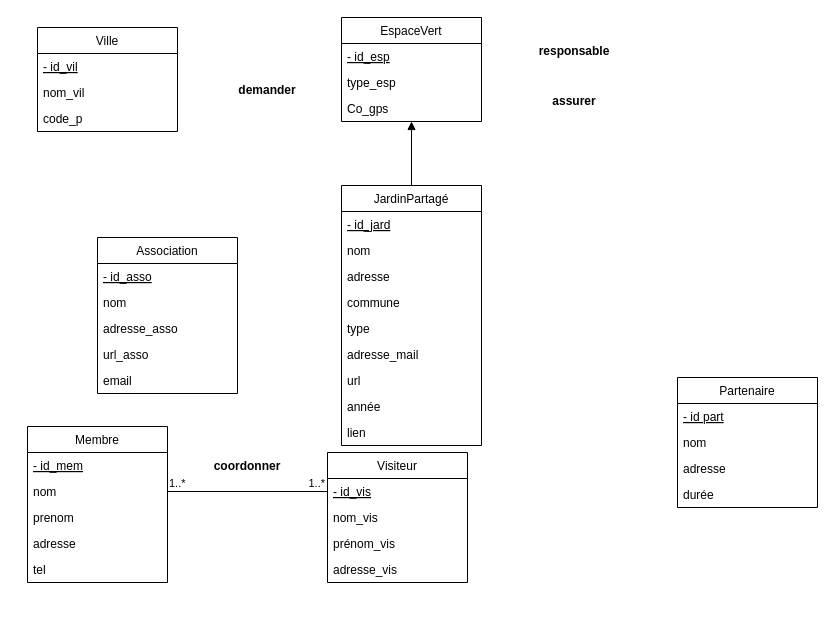
This is BDD/solutions/jardin.drawio from Mohamed-Messai/mescours, a draw.io file, before an edit. Source tidied: cells renumbered, new cells numbered last; positions are measured from the earlier drawing's top-left corner, leaving out a move shared by most shapes. Both pictures are drawn from the tidied source at 100%, with x=0, y=0 at pixel (27, 17).
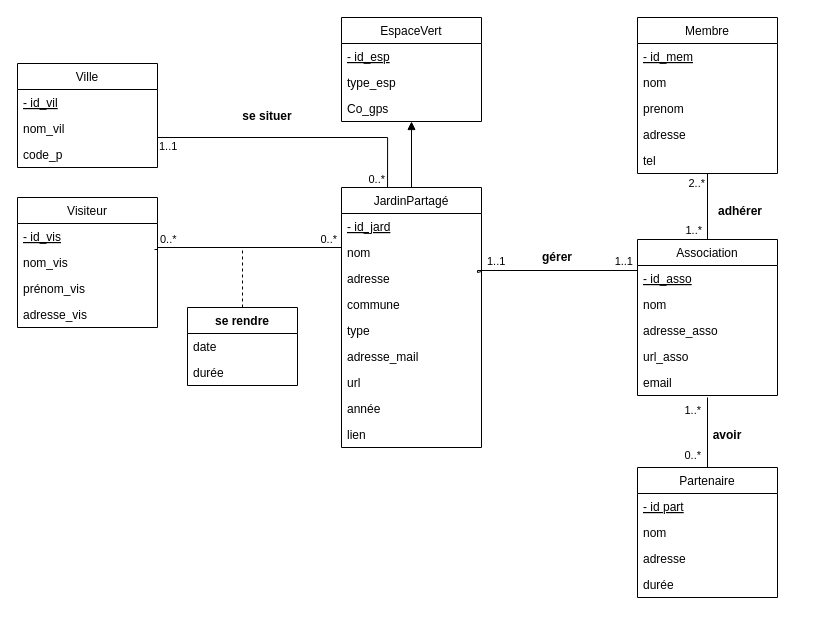
The same diagram, later.

Commit message (it also covers changes not shown here):
Mettre à jour jardin.drawio

Unchanged cells that the change refers to:
```xml
<mxCell id="9" value="code_p " style="text;strokeColor=none;fillColor=none;align=left;verticalAlign=top;spacingLeft=4;spacingRight=4;overflow=hidden;points=[[0,0.5],[1,0.5]];portConstraint=eastwest;" parent="6" vertex="1">
  <mxGeometry y="78" width="140" height="26" as="geometry" />
</mxCell>
<mxCell id="13" value="adresse" style="text;strokeColor=none;fillColor=none;align=left;verticalAlign=top;spacingLeft=4;spacingRight=4;overflow=hidden;points=[[0,0.5],[1,0.5]];portConstraint=eastwest;" parent="10" vertex="1">
  <mxGeometry y="78" width="140" height="26" as="geometry" />
</mxCell>
<mxCell id="22" value="nom" style="text;strokeColor=none;fillColor=none;align=left;verticalAlign=top;spacingLeft=4;spacingRight=4;overflow=hidden;points=[[0,0.5],[1,0.5]];portConstraint=eastwest;" parent="20" vertex="1">
  <mxGeometry y="52" width="140" height="26" as="geometry" />
</mxCell>
<mxCell id="28" value="nom" style="text;strokeColor=none;fillColor=none;align=left;verticalAlign=top;spacingLeft=4;spacingRight=4;overflow=hidden;points=[[0,0.5],[1,0.5]];portConstraint=eastwest;" parent="26" vertex="1">
  <mxGeometry y="52" width="140" height="26" as="geometry" />
</mxCell>
<mxCell id="33" value="- id_vis" style="text;strokeColor=none;fillColor=none;align=left;verticalAlign=top;spacingLeft=4;spacingRight=4;overflow=hidden;points=[[0,0.5],[1,0.5]];portConstraint=eastwest;fontStyle=4;" parent="32" vertex="1">
  <mxGeometry y="26" width="140" height="26" as="geometry" />
</mxCell>
<mxCell id="34" value="nom_vis" style="text;strokeColor=none;fillColor=none;align=left;verticalAlign=top;spacingLeft=4;spacingRight=4;overflow=hidden;points=[[0,0.5],[1,0.5]];portConstraint=eastwest;" parent="32" vertex="1">
  <mxGeometry y="52" width="140" height="26" as="geometry" />
</mxCell>
```

What changed in the source:
```diff
@@
     <mxCell id="6" value="Ville" style="swimlane;fontStyle=0;horizontal=1;startSize=26;fillColor=none;" parent="1" vertex="1">
-      <mxGeometry x="10" y="10" width="140" height="104" as="geometry" />
+      <mxGeometry x="-10" y="46" width="140" height="104" as="geometry" />
     </mxCell>
@@
     <mxCell id="10" value="JardinPartagé" style="swimlane;fontStyle=0;horizontal=1;startSize=26;fillColor=none;" parent="1" vertex="1">
-      <mxGeometry x="314" y="168" width="140" height="260" as="geometry" />
+      <mxGeometry x="314" y="170" width="140" height="260" as="geometry" />
     </mxCell>
@@
+    <mxCell id="50" style="edgeStyle=orthogonalEdgeStyle;rounded=0;jettySize=auto;html=1;exitX=0.5;exitY=0;exitDx=0;exitDy=0;entryX=0.5;entryY=1;entryDx=0;entryDy=0;endArrow=none;endFill=0;" parent="1" edge="1" source="20" target="26">
+      <mxGeometry relative="1" as="geometry" />
+    </mxCell>
     <mxCell id="20" value="Association" style="swimlane;fontStyle=0;horizontal=1;startSize=26;fillColor=none;" parent="1" vertex="1">
-      <mxGeometry x="70" y="220" width="140" height="156" as="geometry" />
+      <mxGeometry x="610" y="222" width="140" height="156" as="geometry" />
     </mxCell>
@@
     <mxCell id="26" value="Membre" style="swimlane;fontStyle=0;horizontal=1;startSize=26;fillColor=none;" parent="1" vertex="1">
-      <mxGeometry y="409" width="140" height="156" as="geometry" />
+      <mxGeometry x="610" width="140" height="156" as="geometry" />
     </mxCell>
@@
     <mxCell id="32" value="Visiteur" style="swimlane;fontStyle=0;horizontal=1;startSize=26;fillColor=none;" parent="1" vertex="1">
-      <mxGeometry x="300" y="435" width="140" height="130" as="geometry" />
+      <mxGeometry x="-10" y="180" width="140" height="130" as="geometry" />
     </mxCell>
@@
     <mxCell id="37" value="Partenaire" style="swimlane;fontStyle=0;horizontal=1;startSize=26;fillColor=none;" parent="1" vertex="1">
-      <mxGeometry x="650" y="360" width="140" height="130" as="geometry" />
+      <mxGeometry x="610" y="450" width="140" height="130" as="geometry" />
     </mxCell>
@@
-    <mxCell id="42" style="endArrow=none;html=1;edgeStyle=orthogonalEdgeStyle;rounded=0;exitX=1;exitY=0.5;exitDx=0;exitDy=0;entryX=0;entryY=0.5;entryDx=0;entryDy=0;" parent="1" edge="1" source="28" target="33">
-      <mxGeometry relative="1" as="geometry" />
-    </mxCell>
-    <mxCell id="43" value="1..*" style="edgeLabel;html=1;align=left;verticalAlign=bottom;" parent="42" vertex="1">
-      <mxGeometry x="-1" relative="1" as="geometry" />
-    </mxCell>
-    <mxCell id="44" value="1..*" style="edgeLabel;html=1;align=right;verticalAlign=bottom;" parent="42" vertex="1">
-      <mxGeometry x="1" relative="1" as="geometry">
-        <mxPoint x="-2" as="offset" />
-      </mxGeometry>
-    </mxCell>
-    <mxCell id="45" value="demander" style="text;align=center;fontStyle=1;verticalAlign=middle;spacingLeft=3;spacingRight=3;strokeColor=none;" parent="1" vertex="1">
-      <mxGeometry x="200" y="59" width="80" height="26" as="geometry" />
+    <mxCell id="45" value="se situer" style="text;align=center;fontStyle=1;verticalAlign=middle;spacingLeft=3;spacingRight=3;strokeColor=none;" parent="1" vertex="1">
+      <mxGeometry x="200" y="85" width="80" height="26" as="geometry" />
     </mxCell>
-    <mxCell id="46" value="responsable" style="text;align=center;fontStyle=1;verticalAlign=middle;spacingLeft=3;spacingRight=3;strokeColor=none;" parent="1" vertex="1">
-      <mxGeometry x="507" y="20" width="80" height="26" as="geometry" />
+    <mxCell id="46" value="adhérer" style="text;align=center;fontStyle=1;verticalAlign=middle;spacingLeft=3;spacingRight=3;strokeColor=none;" parent="1" vertex="1">
+      <mxGeometry x="673" y="180" width="80" height="26" as="geometry" />
     </mxCell>
-    <mxCell id="47" value="coordonner" style="text;align=center;fontStyle=1;verticalAlign=middle;spacingLeft=3;spacingRight=3;strokeColor=none;" parent="1" vertex="1">
-      <mxGeometry x="180" y="435" width="80" height="26" as="geometry" />
-    </mxCell>
-    <mxCell id="48" value="assurer" style="text;align=center;fontStyle=1;verticalAlign=middle;spacingLeft=3;spacingRight=3;strokeColor=none;" parent="1" vertex="1">
-      <mxGeometry x="507" y="70" width="80" height="26" as="geometry" />
+    <mxCell id="48" value="gérer" style="text;align=center;fontStyle=1;verticalAlign=middle;spacingLeft=3;spacingRight=3;strokeColor=none;" parent="1" vertex="1">
+      <mxGeometry x="490" y="226" width="80" height="26" as="geometry" />
     </mxCell>
@@
+    <mxCell id="51" style="endArrow=none;html=1;edgeStyle=orthogonalEdgeStyle;rounded=0;exitX=1;exitY=0.5;exitDx=0;exitDy=0;entryX=0.329;entryY=0;entryDx=0;entryDy=0;entryPerimeter=0;" parent="1" edge="1" source="9" target="10">
+      <mxGeometry relative="1" as="geometry">
+        <Array as="points">
+          <mxPoint x="130" y="120" />
+          <mxPoint x="360" y="120" />
+        </Array>
+      </mxGeometry>
+    </mxCell>
+    <mxCell id="52" value="1..1" style="edgeLabel;html=1;align=left;verticalAlign=bottom;" parent="51" vertex="1">
+      <mxGeometry x="-1" relative="1" as="geometry" />
+    </mxCell>
+    <mxCell id="53" value="0..*" style="edgeLabel;html=1;align=right;verticalAlign=bottom;" parent="51" vertex="1">
+      <mxGeometry x="1" relative="1" as="geometry">
+        <mxPoint x="-2" as="offset" />
+      </mxGeometry>
+    </mxCell>
+    <mxCell id="54" style="endArrow=none;html=1;edgeStyle=orthogonalEdgeStyle;rounded=0;entryX=0;entryY=0.5;entryDx=0;entryDy=0;exitX=0.979;exitY=0;exitDx=0;exitDy=0;exitPerimeter=0;" parent="1" edge="1" source="34" target="13">
+      <mxGeometry relative="1" as="geometry">
+        <Array as="points">
+          <mxPoint x="130" y="232" />
+          <mxPoint x="130" y="230" />
+          <mxPoint x="314" y="230" />
+        </Array>
+      </mxGeometry>
+    </mxCell>
+    <mxCell id="55" value="0..*" style="edgeLabel;html=1;align=left;verticalAlign=bottom;" parent="54" vertex="1">
+      <mxGeometry x="-1" relative="1" as="geometry">
+        <mxPoint x="4" y="-2" as="offset" />
+      </mxGeometry>
+    </mxCell>
+    <mxCell id="56" value="0..*" style="edgeLabel;html=1;align=right;verticalAlign=bottom;" parent="54" vertex="1">
+      <mxGeometry x="1" relative="1" as="geometry">
+        <mxPoint x="-4" y="-31" as="offset" />
+      </mxGeometry>
+    </mxCell>
+    <mxCell id="57" style="endArrow=none;html=1;edgeStyle=orthogonalEdgeStyle;rounded=0;entryX=0;entryY=0.5;entryDx=0;entryDy=0;exitX=1;exitY=0.231;exitDx=0;exitDy=0;exitPerimeter=0;" parent="1" edge="1" source="13" target="22">
+      <mxGeometry relative="1" as="geometry">
+        <Array as="points">
+          <mxPoint x="450" y="255" />
+          <mxPoint x="450" y="253" />
+          <mxPoint x="610" y="253" />
+        </Array>
+      </mxGeometry>
+    </mxCell>
+    <mxCell id="58" value="1..1" style="edgeLabel;html=1;align=left;verticalAlign=bottom;" parent="57" vertex="1">
+      <mxGeometry x="-1" relative="1" as="geometry">
+        <mxPoint x="4" y="-2" as="offset" />
+      </mxGeometry>
+    </mxCell>
+    <mxCell id="59" value="1..1" style="edgeLabel;html=1;align=right;verticalAlign=bottom;" parent="57" vertex="1">
+      <mxGeometry x="1" relative="1" as="geometry">
+        <mxPoint x="-4" y="-35" as="offset" />
+      </mxGeometry>
+    </mxCell>
+    <mxCell id="60" style="edgeStyle=orthogonalEdgeStyle;rounded=0;jettySize=auto;html=1;exitX=0.5;exitY=0;exitDx=0;exitDy=0;endArrow=none;endFill=0;dashed=1;" parent="1" edge="1" source="61">
+      <mxGeometry relative="1" as="geometry">
+        <mxPoint x="215" y="230" as="targetPoint" />
+      </mxGeometry>
+    </mxCell>
+    <mxCell id="61" value="se rendre" style="swimlane;fontStyle=1;horizontal=1;startSize=26;fillColor=none;" parent="1" vertex="1">
+      <mxGeometry x="160" y="290" width="110" height="78" as="geometry" />
+    </mxCell>
+    <mxCell id="62" value="date" style="text;strokeColor=none;fillColor=none;align=left;verticalAlign=top;spacingLeft=4;spacingRight=4;overflow=hidden;" parent="61" vertex="1">
+      <mxGeometry y="26" width="110" height="26" as="geometry" />
+    </mxCell>
+    <mxCell id="63" value="durée" style="text;strokeColor=none;fillColor=none;align=left;verticalAlign=top;spacingLeft=4;spacingRight=4;overflow=hidden;" parent="61" vertex="1">
+      <mxGeometry y="52" width="110" height="26" as="geometry" />
+    </mxCell>
+    <mxCell id="64" value="1..*" style="edgeLabel;html=1;align=right;verticalAlign=bottom;" parent="1" vertex="1">
+      <mxGeometry x="663" y="233" as="geometry">
+        <mxPoint x="12" y="-12" as="offset" />
+      </mxGeometry>
+    </mxCell>
+    <mxCell id="65" value="2..*" style="edgeLabel;html=1;align=right;verticalAlign=bottom;" parent="1" vertex="1">
+      <mxGeometry x="673" y="220" as="geometry">
+        <mxPoint x="5" y="-46" as="offset" />
+      </mxGeometry>
+    </mxCell>
+    <mxCell id="66" style="endArrow=none;endFill=0;endSize=12;html=1;rounded=0;exitX=0.5;exitY=0;exitDx=0;exitDy=0;" parent="1" edge="1" source="37">
+      <mxGeometry relative="1" as="geometry">
+        <mxPoint x="680" y="380" as="targetPoint" />
+      </mxGeometry>
+    </mxCell>
+    <mxCell id="67" value="0..*" style="edgeLabel;html=1;align=right;verticalAlign=bottom;" parent="1" vertex="1">
+      <mxGeometry x="616" y="261.9" as="geometry">
+        <mxPoint x="58" y="184" as="offset" />
+      </mxGeometry>
+    </mxCell>
+    <mxCell id="68" value="1..*" style="edgeLabel;html=1;align=right;verticalAlign=bottom;" parent="1" vertex="1">
+      <mxGeometry x="616" y="217" as="geometry">
+        <mxPoint x="58" y="184" as="offset" />
+      </mxGeometry>
+    </mxCell>
+    <mxCell id="69" value="avoir" style="text;align=center;fontStyle=1;verticalAlign=middle;spacingLeft=3;spacingRight=3;strokeColor=none;" parent="1" vertex="1">
+      <mxGeometry x="630" y="404" width="140" height="26" as="geometry" />
+    </mxCell>
```
